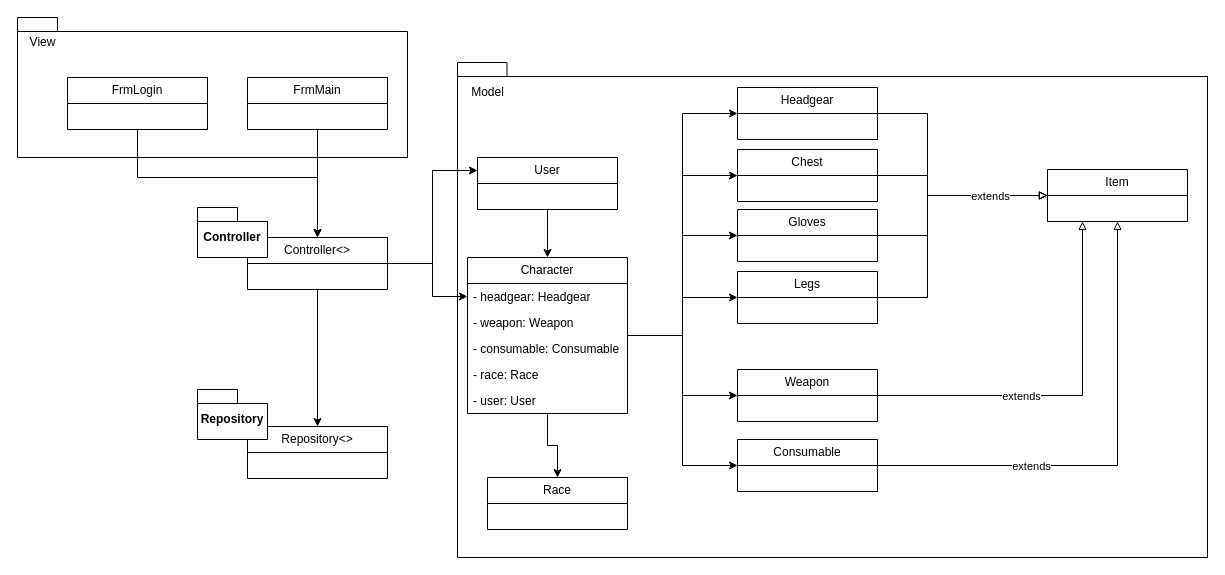
Earlier version of the draw.io diagram Diagrams/HighLevelArchitectureDiagram-2v2.drawio (Joel6v/PraktikumZuehlke). Source tidied: cells renumbered, new cells numbered last; positions are measured from the earlier drawing's top-left corner, leaving out a move shared by most shapes. Both pictures are drawn from the tidied source at 100%, with x=0, y=0 at pixel (17, 17).
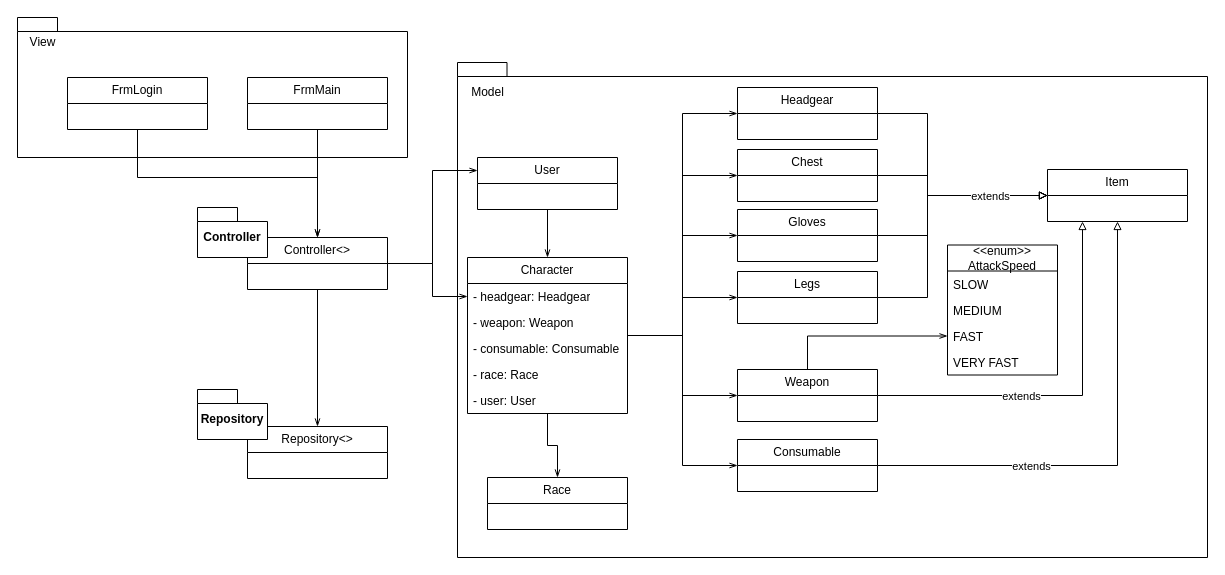
After the change.

The change refers to these unchanged cells:
```xml
<mxCell id="5" value="FrmMain" style="swimlane;fontStyle=0;horizontal=1;startSize=26;fillColor=none;whiteSpace=wrap;html=1;" parent="1" vertex="1">
  <mxGeometry x="230" y="60" width="140" height="52" as="geometry" />
</mxCell>
<mxCell id="7" value="FrmLogin" style="swimlane;fontStyle=0;horizontal=1;startSize=26;fillColor=none;whiteSpace=wrap;html=1;" parent="1" vertex="1">
  <mxGeometry x="50" y="60" width="140" height="52" as="geometry" />
</mxCell>
<mxCell id="9" value="User" style="swimlane;fontStyle=0;horizontal=1;startSize=26;fillColor=none;whiteSpace=wrap;html=1;" parent="1" vertex="1">
  <mxGeometry x="460" y="140" width="140" height="52" as="geometry" />
</mxCell>
<mxCell id="17" value="Character" style="swimlane;fontStyle=0;horizontal=1;startSize=26;fillColor=none;whiteSpace=wrap;html=1;" parent="1" vertex="1">
  <mxGeometry x="450" y="240" width="160" height="156" as="geometry" />
</mxCell>
<mxCell id="18" value="- headgear: Headgear" style="text;strokeColor=none;fillColor=none;align=left;verticalAlign=top;spacingLeft=4;spacingRight=4;overflow=hidden;points=[[0,0.5],[1,0.5]];portConstraint=eastwest;whiteSpace=wrap;html=1;" parent="17" vertex="1">
  <mxGeometry y="26" width="160" height="26" as="geometry" />
</mxCell>
<mxCell id="24" value="Headgear" style="swimlane;fontStyle=0;horizontal=1;startSize=26;fillColor=none;whiteSpace=wrap;html=1;" parent="1" vertex="1">
  <mxGeometry x="720" y="70" width="140" height="52" as="geometry" />
</mxCell>
<mxCell id="27" value="Weapon" style="swimlane;fontStyle=0;horizontal=1;startSize=26;fillColor=none;whiteSpace=wrap;html=1;" parent="1" vertex="1">
  <mxGeometry x="720" y="352" width="140" height="52" as="geometry" />
</mxCell>
<mxCell id="30" value="Consumable" style="swimlane;fontStyle=0;horizontal=1;startSize=26;fillColor=none;whiteSpace=wrap;html=1;" parent="1" vertex="1">
  <mxGeometry x="720" y="422" width="140" height="52" as="geometry" />
</mxCell>
<mxCell id="33" value="Chest" style="swimlane;fontStyle=0;horizontal=1;startSize=26;fillColor=none;whiteSpace=wrap;html=1;" parent="1" vertex="1">
  <mxGeometry x="720" y="132" width="140" height="52" as="geometry" />
</mxCell>
<mxCell id="35" value="Gloves" style="swimlane;fontStyle=0;horizontal=1;startSize=26;fillColor=none;whiteSpace=wrap;html=1;" parent="1" vertex="1">
  <mxGeometry x="720" y="192" width="140" height="52" as="geometry" />
</mxCell>
<mxCell id="38" value="Legs" style="swimlane;fontStyle=0;horizontal=1;startSize=26;fillColor=none;whiteSpace=wrap;html=1;" parent="1" vertex="1">
  <mxGeometry x="720" y="254" width="140" height="52" as="geometry" />
</mxCell>
<mxCell id="39" value="Race" style="swimlane;fontStyle=0;horizontal=1;startSize=26;fillColor=none;whiteSpace=wrap;html=1;" parent="1" vertex="1">
  <mxGeometry x="470" y="460" width="140" height="52" as="geometry" />
</mxCell>
<mxCell id="43" value="Repository&amp;lt;&amp;gt;" style="swimlane;fontStyle=0;horizontal=1;startSize=26;fillColor=none;whiteSpace=wrap;html=1;" parent="1" vertex="1">
  <mxGeometry x="230" y="409" width="140" height="52" as="geometry" />
</mxCell>
<mxCell id="46" value="Controller&amp;lt;&amp;gt;" style="swimlane;fontStyle=0;horizontal=1;startSize=26;fillColor=none;whiteSpace=wrap;html=1;" parent="1" vertex="1">
  <mxGeometry x="230" y="220" width="140" height="52" as="geometry" />
</mxCell>
```

Diff of the diagram source:
```diff
@@
-    <mxCell id="4" style="edgeStyle=orthogonalEdgeStyle;rounded=0;jettySize=auto;html=1;" parent="1" edge="1" source="5" target="46">
+    <mxCell id="4" style="edgeStyle=orthogonalEdgeStyle;rounded=0;jettySize=auto;html=1;endArrow=openThin;endFill=0;" parent="1" edge="1" source="5" target="46">
       <mxGeometry relative="1" as="geometry" />
     </mxCell>
@@
-    <mxCell id="6" style="edgeStyle=orthogonalEdgeStyle;rounded=0;jettySize=auto;html=1;entryX=0.5;entryY=0;entryDx=0;entryDy=0;" parent="1" edge="1" source="7" target="46">
+    <mxCell id="6" style="edgeStyle=orthogonalEdgeStyle;rounded=0;jettySize=auto;html=1;entryX=0.5;entryY=0;entryDx=0;entryDy=0;endArrow=openThin;endFill=0;" parent="1" edge="1" source="7" target="46">
       <mxGeometry relative="1" as="geometry">
         <Array as="points">
           <mxPoint x="120" y="160" />
           <mxPoint x="300" y="160" />
         </Array>
       </mxGeometry>
     </mxCell>
@@
-    <mxCell id="8" style="edgeStyle=orthogonalEdgeStyle;rounded=0;jettySize=auto;html=1;entryX=0.5;entryY=0;entryDx=0;entryDy=0;" parent="1" edge="1" source="9" target="17">
+    <mxCell id="8" style="edgeStyle=orthogonalEdgeStyle;rounded=0;jettySize=auto;html=1;entryX=0.5;entryY=0;entryDx=0;entryDy=0;endArrow=openThin;endFill=0;" parent="1" edge="1" source="9" target="17">
       <mxGeometry relative="1" as="geometry" />
     </mxCell>
@@
-    <mxCell id="10" style="edgeStyle=orthogonalEdgeStyle;rounded=0;jettySize=auto;html=1;entryX=0;entryY=0.5;entryDx=0;entryDy=0;" parent="1" edge="1" source="17" target="24">
+    <mxCell id="10" style="edgeStyle=orthogonalEdgeStyle;rounded=0;jettySize=auto;html=1;entryX=0;entryY=0.5;entryDx=0;entryDy=0;endArrow=openThin;endFill=0;" parent="1" edge="1" source="17" target="24">
       <mxGeometry relative="1" as="geometry" />
     </mxCell>
-    <mxCell id="11" style="edgeStyle=orthogonalEdgeStyle;rounded=0;jettySize=auto;html=1;entryX=0;entryY=0.5;entryDx=0;entryDy=0;" parent="1" edge="1" source="17" target="27">
+    <mxCell id="11" style="edgeStyle=orthogonalEdgeStyle;rounded=0;jettySize=auto;html=1;entryX=0;entryY=0.5;entryDx=0;entryDy=0;endArrow=openThin;endFill=0;" parent="1" edge="1" source="17" target="27">
       <mxGeometry relative="1" as="geometry" />
     </mxCell>
-    <mxCell id="12" style="edgeStyle=orthogonalEdgeStyle;rounded=0;jettySize=auto;html=1;entryX=0;entryY=0.5;entryDx=0;entryDy=0;" parent="1" edge="1" source="17" target="30">
+    <mxCell id="12" style="edgeStyle=orthogonalEdgeStyle;rounded=0;jettySize=auto;html=1;entryX=0;entryY=0.5;entryDx=0;entryDy=0;endArrow=openThin;endFill=0;" parent="1" edge="1" source="17" target="30">
       <mxGeometry relative="1" as="geometry" />
     </mxCell>
-    <mxCell id="13" style="edgeStyle=orthogonalEdgeStyle;rounded=0;jettySize=auto;html=1;entryX=0;entryY=0.5;entryDx=0;entryDy=0;" parent="1" edge="1" source="17" target="33">
+    <mxCell id="13" style="edgeStyle=orthogonalEdgeStyle;rounded=0;jettySize=auto;html=1;entryX=0;entryY=0.5;entryDx=0;entryDy=0;endArrow=openThin;endFill=0;" parent="1" edge="1" source="17" target="33">
       <mxGeometry relative="1" as="geometry" />
     </mxCell>
-    <mxCell id="14" style="edgeStyle=orthogonalEdgeStyle;rounded=0;jettySize=auto;html=1;entryX=0;entryY=0.5;entryDx=0;entryDy=0;" parent="1" edge="1" source="17" target="35">
+    <mxCell id="14" style="edgeStyle=orthogonalEdgeStyle;rounded=0;jettySize=auto;html=1;entryX=0;entryY=0.5;entryDx=0;entryDy=0;endArrow=openThin;endFill=0;" parent="1" edge="1" source="17" target="35">
       <mxGeometry relative="1" as="geometry" />
     </mxCell>
-    <mxCell id="15" style="edgeStyle=orthogonalEdgeStyle;rounded=0;jettySize=auto;html=1;entryX=0;entryY=0.5;entryDx=0;entryDy=0;" parent="1" edge="1" source="17" target="38">
+    <mxCell id="15" style="edgeStyle=orthogonalEdgeStyle;rounded=0;jettySize=auto;html=1;entryX=0;entryY=0.5;entryDx=0;entryDy=0;endArrow=openThin;endFill=0;" parent="1" edge="1" source="17" target="38">
       <mxGeometry relative="1" as="geometry" />
     </mxCell>
-    <mxCell id="16" style="edgeStyle=orthogonalEdgeStyle;rounded=0;jettySize=auto;html=1;entryX=0.5;entryY=0;entryDx=0;entryDy=0;" parent="1" edge="1" source="17" target="39">
+    <mxCell id="16" style="edgeStyle=orthogonalEdgeStyle;rounded=0;jettySize=auto;html=1;entryX=0.5;entryY=0;entryDx=0;entryDy=0;endArrow=openThin;endFill=0;" parent="1" edge="1" source="17" target="39">
       <mxGeometry relative="1" as="geometry" />
     </mxCell>
@@
+    <mxCell id="49" style="edgeStyle=orthogonalEdgeStyle;rounded=0;jettySize=auto;html=1;entryX=0;entryY=0.5;entryDx=0;entryDy=0;endArrow=openThin;endFill=0;" parent="1" edge="1" source="27" target="53">
+      <mxGeometry relative="1" as="geometry" />
+    </mxCell>
@@
-    <mxCell id="40" style="edgeStyle=orthogonalEdgeStyle;rounded=0;jettySize=auto;html=1;entryX=0;entryY=0.25;entryDx=0;entryDy=0;" parent="1" edge="1" source="46" target="9">
+    <mxCell id="40" style="edgeStyle=orthogonalEdgeStyle;rounded=0;jettySize=auto;html=1;entryX=0;entryY=0.25;entryDx=0;entryDy=0;endArrow=openThin;endFill=0;" parent="1" edge="1" source="46" target="9">
       <mxGeometry relative="1" as="geometry" />
     </mxCell>
-    <mxCell id="41" style="edgeStyle=orthogonalEdgeStyle;rounded=0;jettySize=auto;html=1;entryX=0;entryY=0.5;entryDx=0;entryDy=0;" parent="1" edge="1" source="46" target="18">
+    <mxCell id="41" style="edgeStyle=orthogonalEdgeStyle;rounded=0;jettySize=auto;html=1;entryX=0;entryY=0.5;entryDx=0;entryDy=0;endArrow=openThin;endFill=0;" parent="1" edge="1" source="46" target="18">
       <mxGeometry relative="1" as="geometry">
         <Array as="points">
           <mxPoint x="415" y="246" />
           <mxPoint x="415" y="279" />
         </Array>
       </mxGeometry>
     </mxCell>
-    <mxCell id="42" style="edgeStyle=orthogonalEdgeStyle;rounded=0;jettySize=auto;html=1;entryX=0.5;entryY=0;entryDx=0;entryDy=0;" parent="1" edge="1" source="46" target="43">
+    <mxCell id="42" style="edgeStyle=orthogonalEdgeStyle;rounded=0;jettySize=auto;html=1;entryX=0.5;entryY=0;entryDx=0;entryDy=0;endArrow=openThin;endFill=0;" parent="1" edge="1" source="46" target="43">
       <mxGeometry relative="1" as="geometry" />
     </mxCell>
@@
+    <mxCell id="50" value="&amp;lt;&amp;lt;enum&amp;gt;&amp;gt;&lt;div&gt;AttackSpeed&lt;/div&gt;" style="swimlane;fontStyle=0;horizontal=1;startSize=26;fillColor=none;whiteSpace=wrap;html=1;" parent="1" vertex="1">
+      <mxGeometry x="930" y="227.5" width="110" height="130" as="geometry" />
+    </mxCell>
+    <mxCell id="51" value="SLOW" style="text;strokeColor=none;fillColor=none;align=left;verticalAlign=top;spacingLeft=4;spacingRight=4;overflow=hidden;whiteSpace=wrap;html=1;" parent="50" vertex="1">
+      <mxGeometry y="26" width="110" height="26" as="geometry" />
+    </mxCell>
+    <mxCell id="52" value="MEDIUM" style="text;strokeColor=none;fillColor=none;align=left;verticalAlign=top;spacingLeft=4;spacingRight=4;overflow=hidden;whiteSpace=wrap;html=1;" parent="50" vertex="1">
+      <mxGeometry y="52" width="110" height="26" as="geometry" />
+    </mxCell>
+    <mxCell id="53" value="FAST" style="text;strokeColor=none;fillColor=none;align=left;verticalAlign=top;spacingLeft=4;spacingRight=4;overflow=hidden;points=[[0,0.5],[1,0.5]];portConstraint=eastwest;whiteSpace=wrap;html=1;" parent="50" vertex="1">
+      <mxGeometry y="78" width="110" height="26" as="geometry" />
+    </mxCell>
+    <mxCell id="54" value="VERY FAST" style="text;strokeColor=none;fillColor=none;align=left;verticalAlign=top;spacingLeft=4;spacingRight=4;overflow=hidden;whiteSpace=wrap;html=1;" parent="50" vertex="1">
+      <mxGeometry y="104" width="110" height="26" as="geometry" />
+    </mxCell>
```
